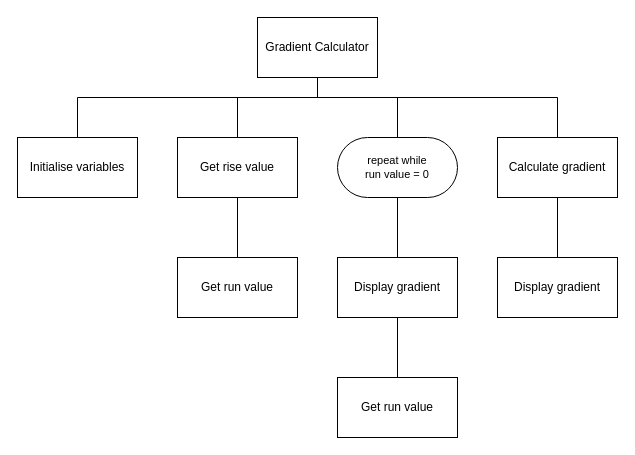
Earlier version of the draw.io diagram page "sd3" (3 of 4) of n5/N5-SDD-Gradient/assets/N5 SDD Gradient.drawio (MrFriendCS/MrFriendCS.github.io). Source tidied: cells renumbered, new cells numbered last; positions are measured from the earlier drawing's top-left corner, leaving out a move shared by most shapes. Both pictures are drawn from the tidied source at 100%, with x=0, y=0 at pixel (17, 17).
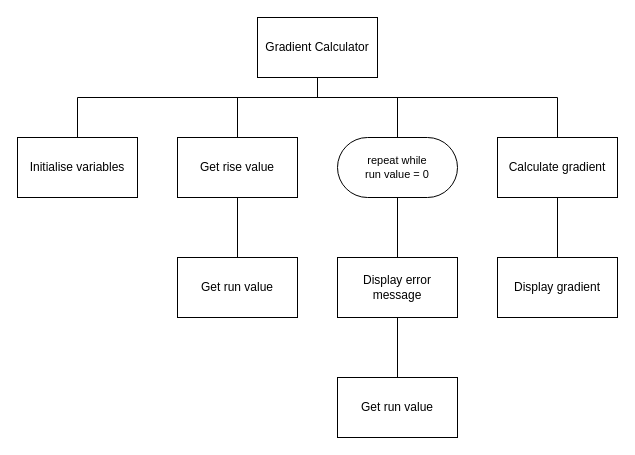
Above is the later version.

Diff of the diagram source:
```diff
@@
-    <mxCell id="20" value="Display gradient" style="rounded=0;whiteSpace=wrap;html=1;" parent="1" vertex="1">
+    <mxCell id="20" value="Display error message" style="rounded=0;whiteSpace=wrap;html=1;" parent="1" vertex="1">
       <mxGeometry x="320" y="240" width="120" height="60" as="geometry" />
     </mxCell>
```
